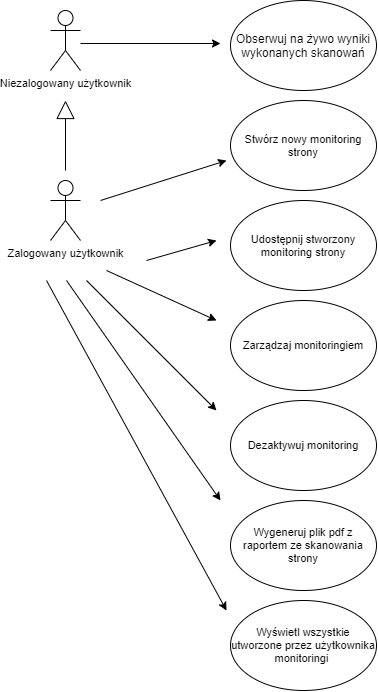
This is pdf/UML/use - case.png from JanKulbinski/WebsiteMonitor, a draw.io export, as it was before one commit. Source tidied: cells renumbered, new cells last; positions are measured from the earlier drawing's top-left corner, leaving out a move shared by most shapes.
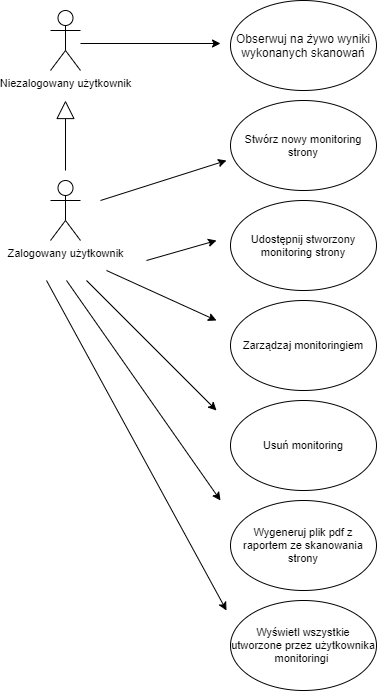
The same file after the commit.

Diff of the diagram source:
```diff
@@ -68,7 +68,7 @@
     <mxCell id="15" value="Zarządzaj monitoringiem" style="ellipse;whiteSpace=wrap;html=1;gradientColor=#ffffff;fillColor=none;fontSize=11;" parent="1" vertex="1">
       <mxGeometry x="184" y="300" width="146" height="90" as="geometry" />
     </mxCell>
-    <mxCell id="16" value="Dezaktywuj monitoring" style="ellipse;whiteSpace=wrap;html=1;gradientColor=#ffffff;fillColor=none;fontSize=11;" parent="1" vertex="1">
+    <mxCell id="16" value="Usuń monitoring" style="ellipse;whiteSpace=wrap;html=1;gradientColor=#ffffff;fillColor=none;fontSize=11;" parent="1" vertex="1">
       <mxGeometry x="184" y="400" width="146" height="90" as="geometry" />
     </mxCell>
     <mxCell id="17" value="Wygeneruj plik pdf z raportem ze skanowania strony" style="ellipse;whiteSpace=wrap;html=1;gradientColor=#ffffff;fillColor=none;fontSize=11;" parent="1" vertex="1">
```
